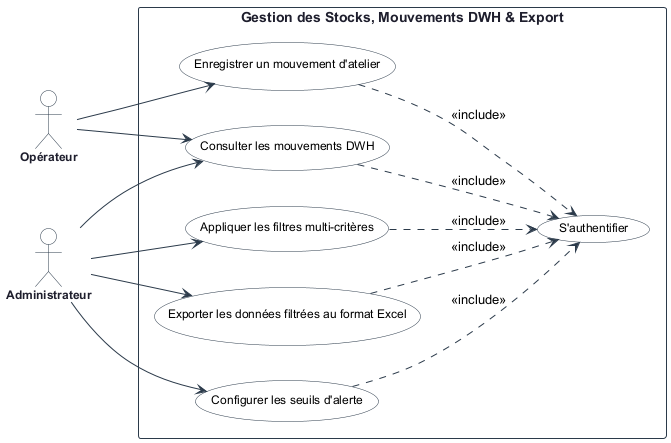
ayoubmek/PFE_data_science keeps this PlantUML diagram as Rapport/diagrams/sprint3_usecase.png. Above is the earlier version. Source of this version:
```plantuml
@startuml sprint3_usecase
left to right direction
skinparam packageStyle rectangle
skinparam shadowing false

skinparam usecase {
    BackgroundColor White
    BorderColor #2B3A4A
    ArrowColor #2B3A4A
    FontSize 12
    FontName Arial
}
skinparam actor {
    BackgroundColor White
    BorderColor #2B3A4A
    FontColor #1E1E2D
    FontSize 12
    FontName Arial
    FontStyle bold
}
skinparam rectangle {
    BackgroundColor White
    BorderColor #2B3A4A
    FontSize 14
    FontName Arial
    FontStyle bold
    FontColor #1E1E2D
}

actor "Opérateur" as OPE
actor "Administrateur" as ADM

rectangle "Gestion des Stocks, Mouvements DWH & Export" {
    usecase "S'authentifier" as UC_Auth
    usecase "Enregistrer un mouvement d'atelier" as UC32
    usecase "Consulter les mouvements DWH" as UC31
    usecase "Appliquer les filtres multi-critères" as UC33
    usecase "Exporter les données filtrées au format Excel" as UC34
    usecase "Configurer les seuils d'alerte" as UC35
}

OPE --> UC32
OPE --> UC31

ADM --> UC31
ADM --> UC33
ADM --> UC34
ADM --> UC35

UC31 ..> UC_Auth : <<include>>
UC32 ..> UC_Auth : <<include>>
UC33 ..> UC_Auth : <<include>>
UC34 ..> UC_Auth : <<include>>
UC35 ..> UC_Auth : <<include>>
@enduml
```
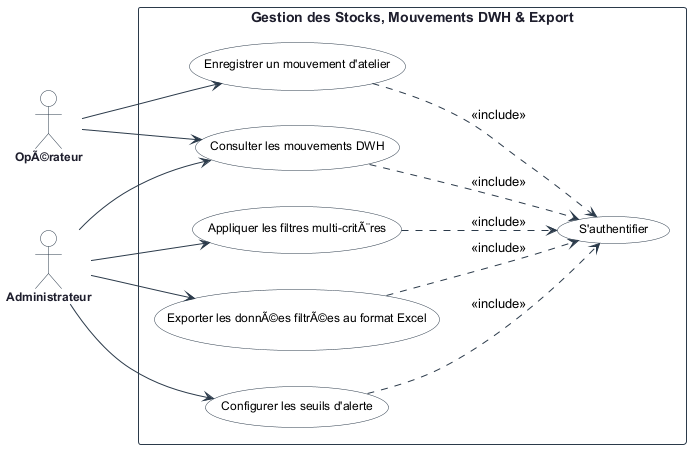
After the change.

What changed in the source:
```diff
@@ -27,15 +27,15 @@
     FontColor #1E1E2D
 }
 
-actor "Opérateur" as OPE
+actor "OpÃ©rateur" as OPE
 actor "Administrateur" as ADM
 
 rectangle "Gestion des Stocks, Mouvements DWH & Export" {
     usecase "S'authentifier" as UC_Auth
     usecase "Enregistrer un mouvement d'atelier" as UC32
     usecase "Consulter les mouvements DWH" as UC31
-    usecase "Appliquer les filtres multi-critères" as UC33
-    usecase "Exporter les données filtrées au format Excel" as UC34
+    usecase "Appliquer les filtres multi-critÃ¨res" as UC33
+    usecase "Exporter les donnÃ©es filtrÃ©es au format Excel" as UC34
     usecase "Configurer les seuils d'alerte" as UC35
 }
 
```
